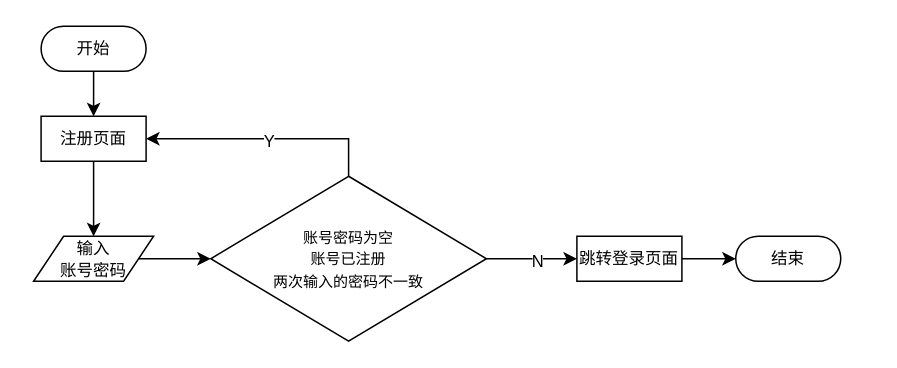
Above: page "第 1 页" (1 of 21) of 程序流程图合集.drawio in Chentx1243/draw.io (draw.io), before the change. Source tidied: cells renumbered, new cells numbered last; positions are measured from the earlier drawing's top-left corner, leaving out a move shared by most shapes. Both pictures are drawn from the tidied source at 150%, with x=0, y=0 at pixel (33, 26).
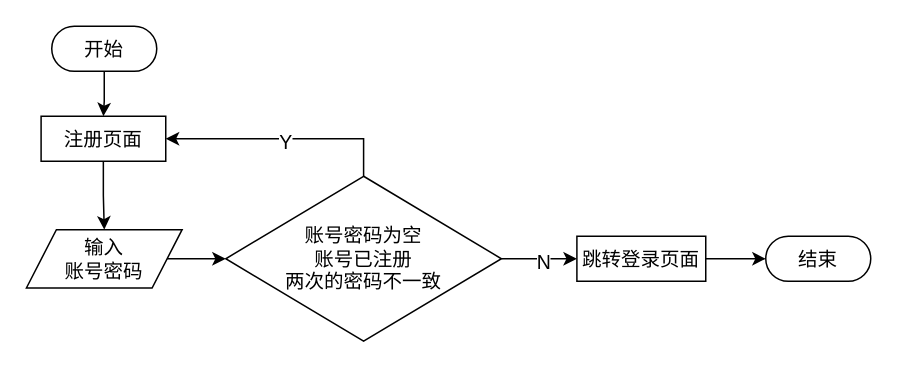
After the change.

Change to the diagram source:
```diff
@@
 <mxGraphModel>
   <root>
     <mxCell id="0" />
     <mxCell id="1" parent="0" />
-    <mxCell id="2" style="edgeStyle=orthogonalEdgeStyle;rounded=0;jettySize=auto;html=1;" parent="1" edge="1" source="3" target="5">
+    <mxCell id="2" style="edgeStyle=orthogonalEdgeStyle;rounded=0;jettySize=auto;html=1;fontSize=13;fontFamily=宋体;" parent="1" edge="1" source="3" target="5">
       <mxGeometry relative="1" as="geometry" />
     </mxCell>
-    <mxCell id="3" value="&lt;font face=&quot;宋体&quot; style=&quot;font-size: 11px;&quot;&gt;开始&lt;/font&gt;" style="rounded=1;whiteSpace=wrap;html=1;arcSize=50;" parent="1" vertex="1">
-      <mxGeometry x="4.9" width="70" height="30" as="geometry" />
+    <mxCell id="3" value="&lt;font&gt;开始&lt;/font&gt;" style="rounded=1;whiteSpace=wrap;html=1;arcSize=50;fontSize=13;fontFamily=宋体;" parent="1" vertex="1">
+      <mxGeometry x="12" width="70" height="30" as="geometry" />
     </mxCell>
-    <mxCell id="4" style="edgeStyle=orthogonalEdgeStyle;rounded=0;jettySize=auto;html=1;" parent="1" edge="1" source="5" target="7">
+    <mxCell id="4" style="edgeStyle=orthogonalEdgeStyle;rounded=0;jettySize=auto;html=1;fontSize=13;fontFamily=宋体;" parent="1" edge="1" source="5" target="7">
       <mxGeometry relative="1" as="geometry" />
     </mxCell>
-    <mxCell id="5" value="&lt;font face=&quot;宋体&quot; style=&quot;font-size: 11px;&quot;&gt;注册页面&lt;/font&gt;" style="rounded=0;whiteSpace=wrap;html=1;" parent="1" vertex="1">
-      <mxGeometry x="4.9" y="60" width="70" height="30" as="geometry" />
+    <mxCell id="5" value="&lt;font&gt;注册页面&lt;/font&gt;" style="rounded=0;whiteSpace=wrap;html=1;fontSize=13;fontFamily=宋体;" parent="1" vertex="1">
+      <mxGeometry x="4.9" y="60" width="83.1" height="30" as="geometry" />
     </mxCell>
-    <mxCell id="6" style="edgeStyle=orthogonalEdgeStyle;rounded=0;jettySize=auto;html=1;" parent="1" edge="1" source="7" target="12">
+    <mxCell id="6" style="edgeStyle=orthogonalEdgeStyle;rounded=0;jettySize=auto;html=1;fontSize=13;fontFamily=宋体;" parent="1" edge="1" source="7" target="12">
       <mxGeometry relative="1" as="geometry" />
     </mxCell>
-    <mxCell id="7" value="&lt;font face=&quot;宋体&quot; style=&quot;font-size: 11px;&quot;&gt;输入&lt;/font&gt;&lt;div&gt;&lt;font face=&quot;宋体&quot; style=&quot;font-size: 11px;&quot;&gt;账号密码&lt;/font&gt;&lt;/div&gt;" style="shape=parallelogram;perimeter=parallelogramPerimeter;whiteSpace=wrap;html=1;fixedSize=1;" parent="1" vertex="1">
-      <mxGeometry x="-0.1" y="140" width="80" height="30" as="geometry" />
+    <mxCell id="7" value="&lt;font&gt;输入&lt;/font&gt;&lt;div&gt;&lt;font&gt;账号密码&lt;/font&gt;&lt;/div&gt;" style="shape=parallelogram;perimeter=parallelogramPerimeter;whiteSpace=wrap;html=1;fixedSize=1;fontSize=13;fontFamily=宋体;" parent="1" vertex="1">
+      <mxGeometry x="-4.9" y="135.6" width="103.8" height="38.9" as="geometry" />
     </mxCell>
-    <mxCell id="8" style="edgeStyle=orthogonalEdgeStyle;rounded=0;jettySize=auto;html=1;exitX=0.5;exitY=0;exitDx=0;exitDy=0;entryX=1;entryY=0.5;entryDx=0;entryDy=0;" parent="1" edge="1" source="12" target="5">
+    <mxCell id="8" style="edgeStyle=orthogonalEdgeStyle;rounded=0;jettySize=auto;html=1;exitX=0.5;exitY=0;exitDx=0;exitDy=0;entryX=1;entryY=0.5;entryDx=0;entryDy=0;fontSize=13;fontFamily=宋体;" parent="1" edge="1" source="12" target="5">
       <mxGeometry relative="1" as="geometry" />
     </mxCell>
-    <mxCell id="9" value="&lt;font&gt;Y&lt;/font&gt;" style="edgeLabel;html=1;align=center;verticalAlign=middle;fontFamily=宋体;" parent="8" vertex="1">
+    <mxCell id="9" value="&lt;font&gt;Y&lt;/font&gt;" style="edgeLabel;html=1;align=center;verticalAlign=middle;fontFamily=宋体;fontSize=13;" parent="8" vertex="1">
       <mxGeometry x="-0.02" y="1" relative="1" as="geometry" />
     </mxCell>
-    <mxCell id="10" style="edgeStyle=orthogonalEdgeStyle;rounded=0;jettySize=auto;html=1;" parent="1" edge="1" source="12" target="14">
+    <mxCell id="10" style="edgeStyle=orthogonalEdgeStyle;rounded=0;jettySize=auto;html=1;fontSize=13;fontFamily=宋体;" parent="1" edge="1" source="12" target="14">
       <mxGeometry relative="1" as="geometry" />
     </mxCell>
-    <mxCell id="11" value="&lt;font face=&quot;宋体&quot;&gt;N&lt;/font&gt;" style="edgeLabel;html=1;align=center;verticalAlign=middle;" parent="10" vertex="1">
+    <mxCell id="11" value="&lt;font&gt;N&lt;/font&gt;" style="edgeLabel;html=1;align=center;verticalAlign=middle;fontSize=13;fontFamily=宋体;" parent="10" vertex="1">
       <mxGeometry x="0.12" y="-1" relative="1" as="geometry" />
     </mxCell>
-    <mxCell id="12" value="&lt;font face=&quot;宋体&quot; style=&quot;font-size: 10px;&quot;&gt;账号密码为空&lt;/font&gt;&lt;div&gt;&lt;font face=&quot;宋体&quot; style=&quot;font-size: 10px;&quot;&gt;账号已注册&lt;/font&gt;&lt;/div&gt;&lt;div&gt;&lt;font face=&quot;宋体&quot; style=&quot;font-size: 10px;&quot;&gt;两次输入的密码不一致&lt;/font&gt;&lt;/div&gt;" style="rhombus;whiteSpace=wrap;html=1;" parent="1" vertex="1">
-      <mxGeometry x="118" y="100" width="183.8" height="110" as="geometry" />
+    <mxCell id="12" value="&lt;font&gt;账号密码为空&lt;/font&gt;&lt;div&gt;&lt;font&gt;账号已注册&lt;/font&gt;&lt;/div&gt;&lt;div&gt;&lt;font&gt;两次的密码不一致&lt;/font&gt;&lt;/div&gt;" style="rhombus;whiteSpace=wrap;html=1;fontSize=13;fontFamily=宋体;" parent="1" vertex="1">
+      <mxGeometry x="128" y="100" width="183.8" height="110" as="geometry" />
     </mxCell>
-    <mxCell id="13" style="edgeStyle=orthogonalEdgeStyle;rounded=0;jettySize=auto;html=1;" parent="1" edge="1" source="14" target="15">
+    <mxCell id="13" style="edgeStyle=orthogonalEdgeStyle;rounded=0;jettySize=auto;html=1;fontSize=13;fontFamily=宋体;" parent="1" edge="1" source="14" target="15">
       <mxGeometry relative="1" as="geometry" />
     </mxCell>
-    <mxCell id="14" value="&lt;font face=&quot;宋体&quot; style=&quot;font-size: 11px;&quot;&gt;跳转登录页面&lt;/font&gt;" style="rounded=0;whiteSpace=wrap;html=1;" parent="1" vertex="1">
-      <mxGeometry x="362.1" y="140" width="70" height="30" as="geometry" />
+    <mxCell id="14" value="&lt;font&gt;跳转登录页面&lt;/font&gt;" style="rounded=0;whiteSpace=wrap;html=1;fontSize=13;fontFamily=宋体;" parent="1" vertex="1">
+      <mxGeometry x="362.1" y="140" width="85.9" height="30" as="geometry" />
     </mxCell>
-    <mxCell id="15" value="&lt;font face=&quot;宋体&quot; style=&quot;font-size: 11px;&quot;&gt;结束&lt;/font&gt;" style="rounded=1;whiteSpace=wrap;html=1;arcSize=50;" parent="1" vertex="1">
-      <mxGeometry x="468" y="140" width="70" height="30" as="geometry" />
+    <mxCell id="15" value="&lt;font&gt;结束&lt;/font&gt;" style="rounded=1;whiteSpace=wrap;html=1;arcSize=50;fontSize=13;fontFamily=宋体;" parent="1" vertex="1">
+      <mxGeometry x="488" y="140" width="70" height="30" as="geometry" />
     </mxCell>
   </root>
 </mxGraphModel>
```
